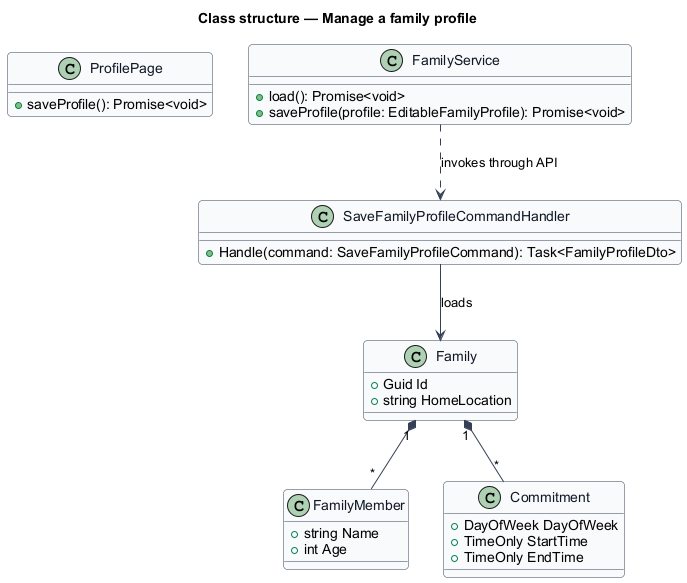
The PlantUML diagram docs/detailed-designs/family-profile/manage-family-profile/diagrams/class-structure.png in QuinntyneBrown/saturdaze, before a commit. The source it was exported from:
```plantuml
@startuml
skinparam backgroundColor #FFFFFF
skinparam shadowing false
skinparam roundcorner 8
skinparam defaultFontName Arial
skinparam ArrowColor #344054
skinparam class {
  BorderColor #344054
  FontColor #101828
  BackgroundColor #F9FAFB
}
title Class structure — Manage a family profile

class ProfilePage {
  +saveProfile(): Promise<void>
}
class FamilyService {
  +load(): Promise<void>
  +saveProfile(profile: EditableFamilyProfile): Promise<void>
}
class SaveFamilyProfileCommandHandler {
  +Handle(command: SaveFamilyProfileCommand): Task<FamilyProfileDto>
}
class Family {
  +Guid Id
  +string HomeLocation
}
class FamilyMember {
  +string Name
  +int Age
}
class Commitment {
  +DayOfWeek DayOfWeek
  +TimeOnly StartTime
  +TimeOnly EndTime
}
FamilyService ..> SaveFamilyProfileCommandHandler : invokes through API
SaveFamilyProfileCommandHandler --> Family : loads
Family "1" *-- "*" FamilyMember
Family "1" *-- "*" Commitment
@enduml
```
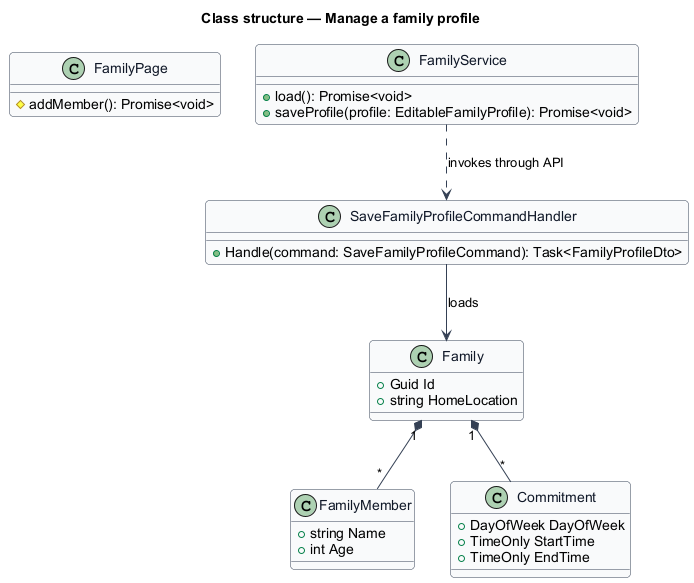
Later version of the same file.

What changed in the source:
```diff
@@ -11,8 +11,8 @@
 }
 title Class structure — Manage a family profile
 
-class ProfilePage {
-  +saveProfile(): Promise<void>
+class FamilyPage {
+  #addMember(): Promise<void>
 }
 class FamilyService {
   +load(): Promise<void>
```
